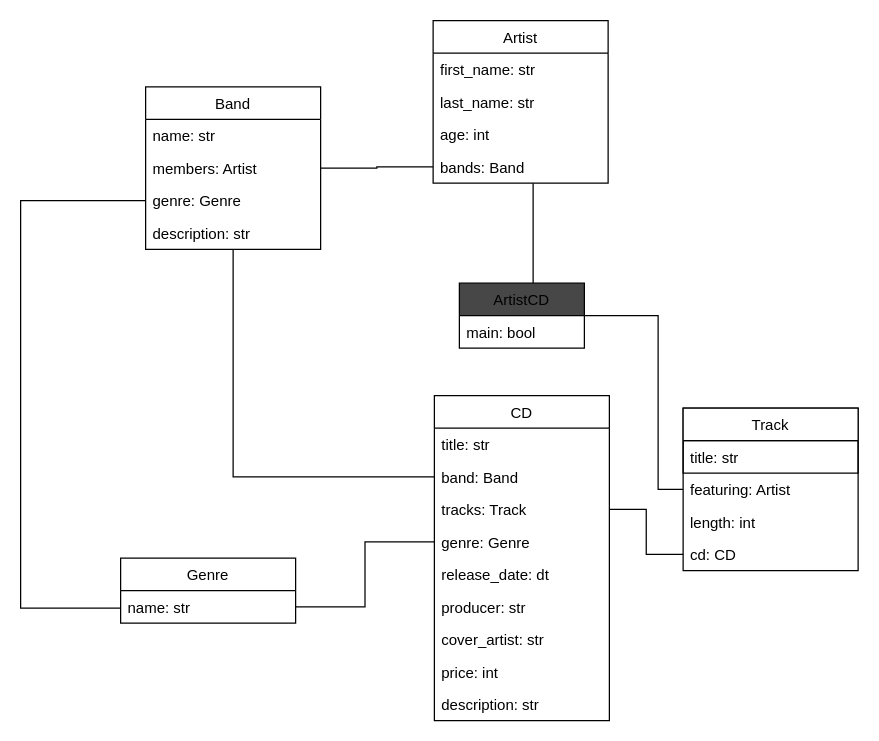
Above: page "music" (1 of 2) of db_modelling.drawio in theresmf/zack_zorn (draw.io), before the change. Source tidied: cells renumbered, new cells numbered last; positions are measured from the earlier drawing's top-left corner, leaving out a move shared by most shapes. Both pictures are drawn from the tidied source at 125%, with x=0, y=0 at pixel (20, 20).
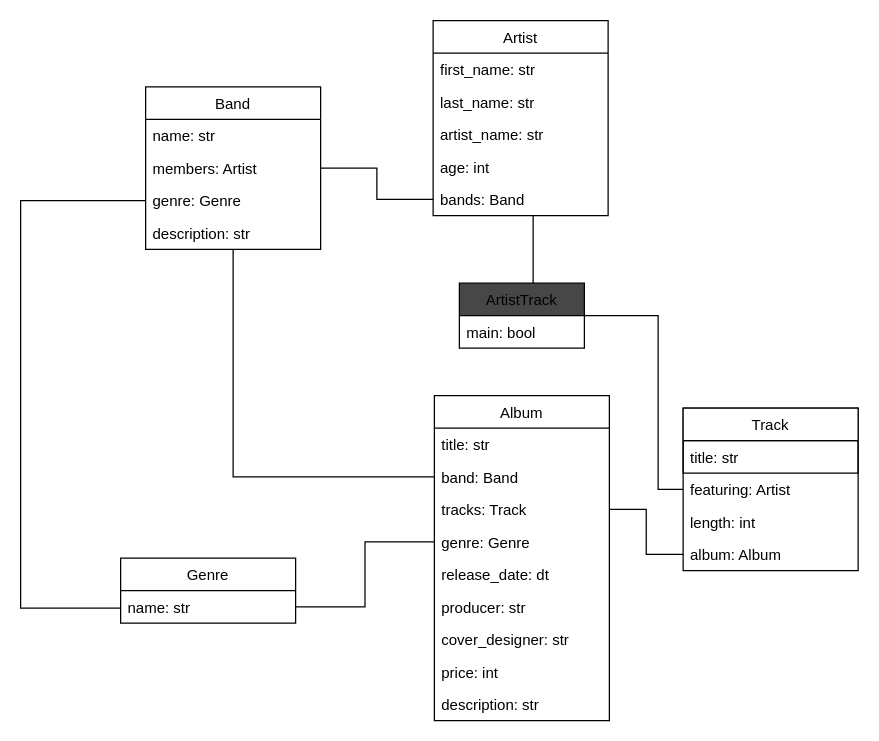
Above is the later version.

Unchanged cells that the change refers to:
```xml
<mxCell id="13" value="Track" style="swimlane;fontStyle=0;horizontal=1;startSize=26;" parent="1" vertex="1">
  <mxGeometry x="530" y="310" width="140" height="130" as="geometry" />
</mxCell>
```

Change to the diagram source:
```diff
@@
-    <mxCell id="3" value="CD" style="swimlane;fontStyle=0;horizontal=1;startSize=26;" parent="1" vertex="1">
+    <mxCell id="3" value="Album" style="swimlane;fontStyle=0;horizontal=1;startSize=26;" parent="1" vertex="1">
       <mxGeometry x="331" y="300" width="140" height="260" as="geometry" />
     </mxCell>
@@
-    <mxCell id="10" value="cover_artist: str" style="text;strokeColor=none;fillColor=none;align=left;verticalAlign=top;spacingLeft=4;spacingRight=4;overflow=hidden;" parent="3" vertex="1">
+    <mxCell id="10" value="cover_designer: str" style="text;strokeColor=none;fillColor=none;align=left;verticalAlign=top;spacingLeft=4;spacingRight=4;overflow=hidden;" parent="3" vertex="1">
       <mxGeometry y="182" width="140" height="26" as="geometry" />
     </mxCell>
@@
-    <mxCell id="17" value="cd: CD" style="text;strokeColor=none;fillColor=none;align=left;verticalAlign=top;spacingLeft=4;spacingRight=4;overflow=hidden;points=[[0,0.5],[1,0.5]];portConstraint=eastwest;" parent="13" vertex="1">
+    <mxCell id="17" value="album: Album" style="text;strokeColor=none;fillColor=none;align=left;verticalAlign=top;spacingLeft=4;spacingRight=4;overflow=hidden;points=[[0,0.5],[1,0.5]];portConstraint=eastwest;" parent="13" vertex="1">
       <mxGeometry y="104" width="140" height="26" as="geometry" />
     </mxCell>
     <mxCell id="18" value="Artist" style="swimlane;fontStyle=0;horizontal=1;startSize=26;" parent="1" vertex="1">
-      <mxGeometry x="330" width="140" height="130" as="geometry" />
+      <mxGeometry x="330" width="140" height="156" as="geometry" />
     </mxCell>
@@
+    <mxCell id="39" value="artist_name: str" style="text;strokeColor=none;fillColor=none;align=left;verticalAlign=top;spacingLeft=4;spacingRight=4;overflow=hidden;" parent="18" vertex="1">
+      <mxGeometry y="78" width="140" height="26" as="geometry" />
+    </mxCell>
     <mxCell id="21" value="age: int" style="text;strokeColor=none;fillColor=none;align=left;verticalAlign=top;spacingLeft=4;spacingRight=4;overflow=hidden;" parent="18" vertex="1">
-      <mxGeometry y="78" width="140" height="26" as="geometry" />
+      <mxGeometry y="104" width="140" height="26" as="geometry" />
     </mxCell>
     <mxCell id="22" value="bands: Band" style="text;strokeColor=none;fillColor=none;align=left;verticalAlign=top;spacingLeft=4;spacingRight=4;overflow=hidden;points=[[0,0.5],[1,0.5]];portConstraint=eastwest;" parent="18" vertex="1">
-      <mxGeometry y="104" width="140" height="26" as="geometry" />
+      <mxGeometry y="130" width="140" height="26" as="geometry" />
     </mxCell>
@@
-    <mxCell id="35" value="ArtistCD" style="swimlane;fontStyle=0;horizontal=1;startSize=26;fillColor=#474747;" parent="1" vertex="1">
+    <mxCell id="35" value="ArtistTrack" style="swimlane;fontStyle=0;horizontal=1;startSize=26;fillColor=#474747;" parent="1" vertex="1">
       <mxGeometry x="351" y="210" width="100" height="52" as="geometry" />
     </mxCell>
```
